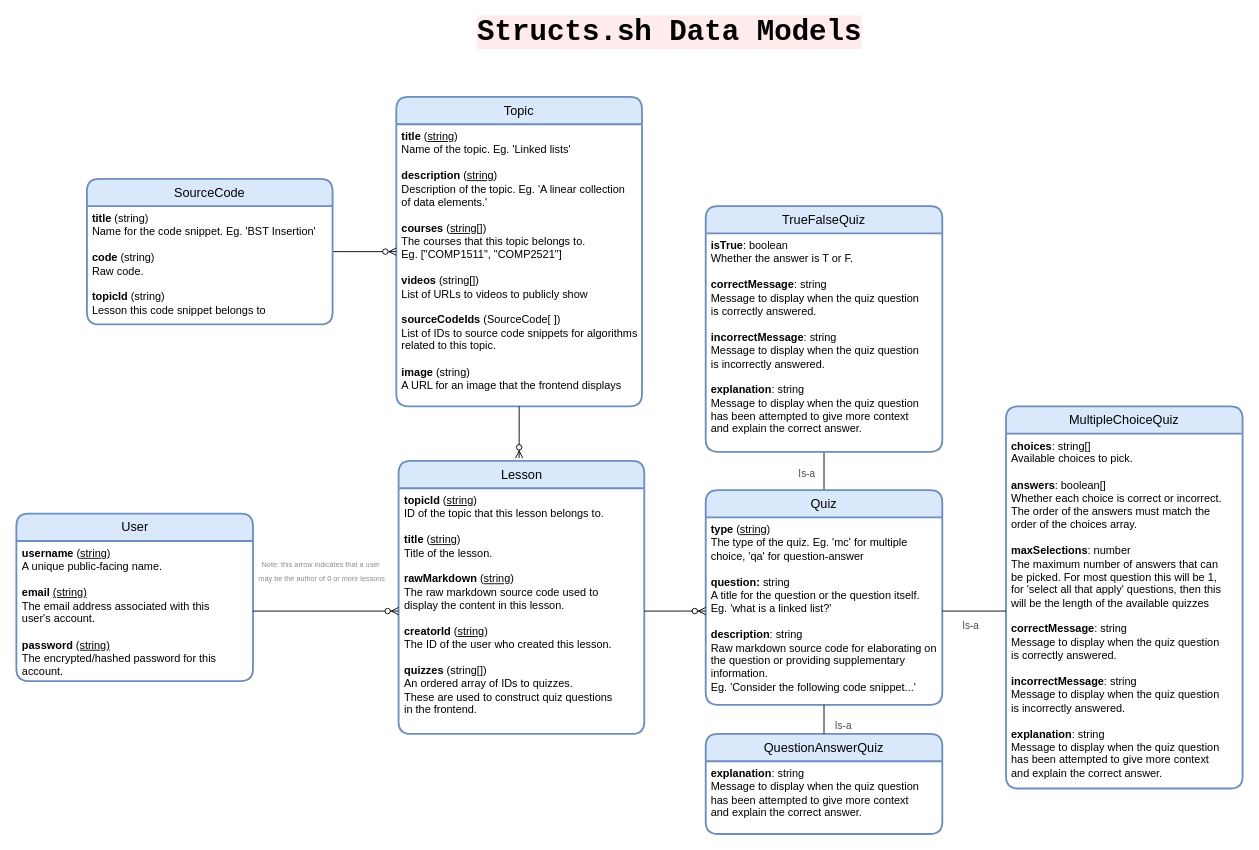
This is structs-datamodels.drawio from devsoc-unsw/structs.sh, a draw.io file, before an edit. Source tidied: cells renumbered, new cells numbered last; positions are measured from the earlier drawing's top-left corner, leaving out a move shared by most shapes. Both pictures are drawn from the tidied source at 91%, with x=0, y=0 at pixel (15, 24).
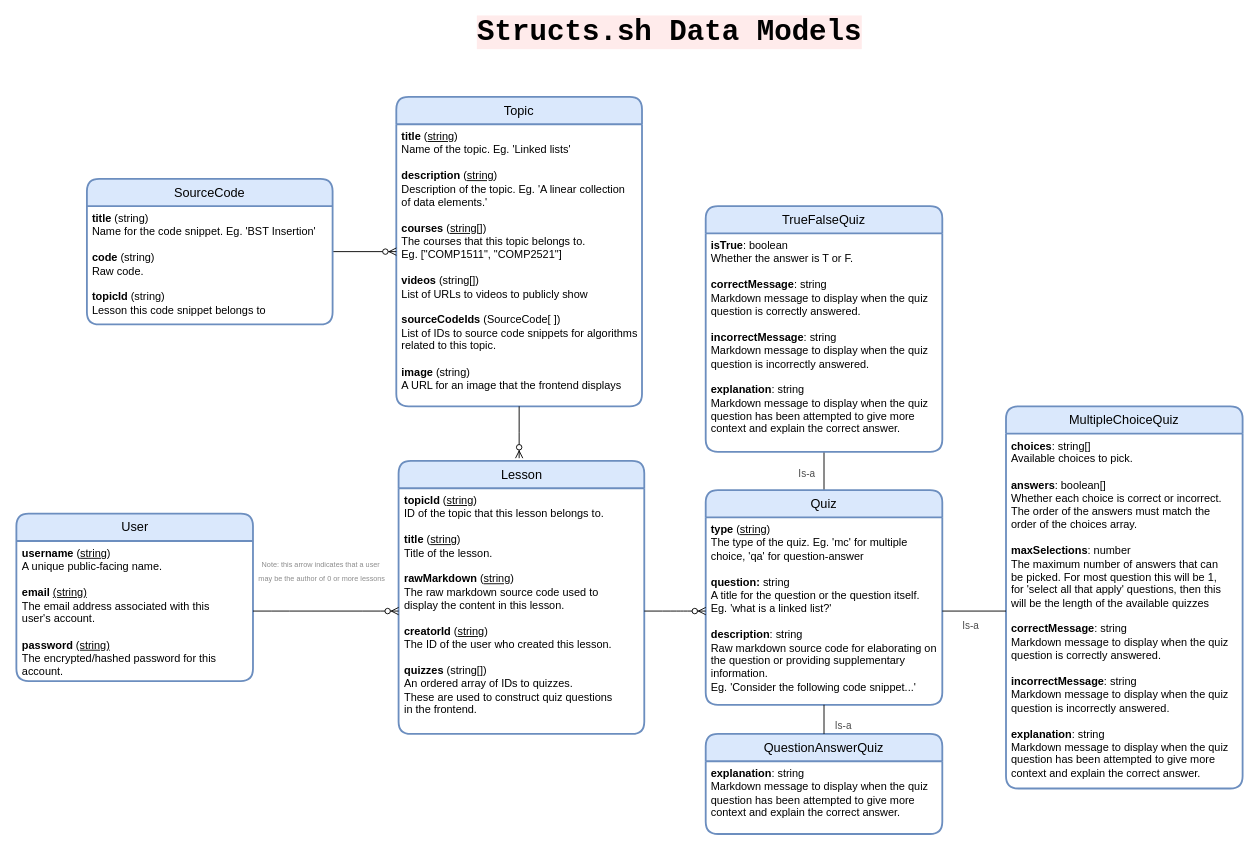
After the change.

The change refers to these unchanged cells:
```xml
<mxCell id="20" value="MultipleChoiceQuiz" style="swimlane;horizontal=1;startSize=30;rounded=1;fontSize=14;fontStyle=0;strokeWidth=2;shadow=0;dashed=0;align=center;fontFamily=Helvetica;fillColor=#dae8fc;strokeColor=#6c8ebf;whiteSpace=wrap;" parent="1" vertex="1">
  <mxGeometry x="1088" y="420" width="260" height="420" as="geometry" />
</mxCell>
<mxCell id="22" value="TrueFalseQuiz" style="swimlane;horizontal=1;startSize=30;rounded=1;fontSize=14;fontStyle=0;strokeWidth=2;shadow=0;dashed=0;align=center;fontFamily=Helvetica;fillColor=#dae8fc;strokeColor=#6c8ebf;whiteSpace=wrap;" parent="1" vertex="1">
  <mxGeometry x="758" y="200" width="260" height="270" as="geometry" />
</mxCell>
<mxCell id="24" value="QuestionAnswerQuiz" style="swimlane;horizontal=1;startSize=30;rounded=1;fontSize=14;fontStyle=0;strokeWidth=2;shadow=0;dashed=0;align=center;fontFamily=Helvetica;fillColor=#dae8fc;strokeColor=#6c8ebf;whiteSpace=wrap;" parent="1" vertex="1">
  <mxGeometry x="758" y="780" width="260" height="110" as="geometry" />
</mxCell>
```

Diff of the diagram source:
```diff
@@
-    <mxCell id="21" value="&lt;b&gt;choices&lt;/b&gt;: string[]&lt;br&gt;Available choices to pick.&lt;br&gt;&lt;br&gt;&lt;b&gt;answers&lt;/b&gt;: boolean[]&lt;br&gt;Whether each choice is correct or incorrect.&lt;br&gt;The order of the answers must match the&lt;br&gt;order of the choices array.&lt;br&gt;&lt;br&gt;&lt;b&gt;maxSelections&lt;/b&gt;: number&lt;br&gt;The maximum number of answers that can &lt;br&gt;be picked. For most question this will be 1,&lt;br&gt;for 'select all that apply' questions, then this&lt;br&gt;will be the length of the available quizzes&lt;br&gt;&lt;br&gt;&lt;b&gt;correctMessage&lt;/b&gt;: string&lt;br&gt;Message to display when the quiz question&lt;br&gt;is correctly answered.&lt;br&gt;&lt;br&gt;&lt;b&gt;incorrectMessage&lt;/b&gt;: string&lt;br&gt;Message to display when the quiz question&lt;br&gt;is incorrectly answered.&lt;br&gt;&lt;br&gt;&lt;b&gt;explanation&lt;/b&gt;: string&lt;br&gt;Message to display when the quiz question&lt;br&gt;has been attempted to give more context&lt;br&gt;and explain the correct answer." style="align=left;strokeColor=none;fillColor=none;spacingLeft=4;fontSize=12;verticalAlign=top;fontStyle=0;html=1;" parent="20" vertex="1">
+    <mxCell id="21" value="&lt;b&gt;choices&lt;/b&gt;: string[]&lt;br&gt;Available choices to pick.&lt;br&gt;&lt;br&gt;&lt;b&gt;answers&lt;/b&gt;: boolean[]&lt;br&gt;Whether each choice is correct or incorrect.&lt;br&gt;The order of the answers must match the&lt;br&gt;order of the choices array.&lt;br&gt;&lt;br&gt;&lt;b&gt;maxSelections&lt;/b&gt;: number&lt;br&gt;The maximum number of answers that can &lt;br&gt;be picked. For most question this will be 1,&lt;br&gt;for 'select all that apply' questions, then this&lt;br&gt;will be the length of the available quizzes&lt;br&gt;&lt;br&gt;&lt;b&gt;correctMessage&lt;/b&gt;: string&lt;br&gt;Markdown message to display when the quiz &lt;br&gt;question is correctly answered.&lt;br&gt;&lt;br&gt;&lt;b&gt;incorrectMessage&lt;/b&gt;: string&lt;br&gt;Markdown message to display when the quiz&lt;br&gt;question&amp;nbsp;is incorrectly answered.&lt;br&gt;&lt;br&gt;&lt;b&gt;explanation&lt;/b&gt;: string&lt;br&gt;Markdown message to display when the quiz&lt;br&gt;question has been attempted to give more&lt;br&gt;context and explain the correct answer." style="align=left;strokeColor=none;fillColor=none;spacingLeft=4;fontSize=12;verticalAlign=top;fontStyle=0;html=1;" parent="20" vertex="1">
       <mxGeometry y="30" width="260" height="390" as="geometry" />
     </mxCell>
@@
-    <mxCell id="23" value="&lt;b&gt;isTrue&lt;/b&gt;: boolean&lt;br&gt;Whether the answer is T or F.&lt;br&gt;&lt;br&gt;&lt;b&gt;correctMessage&lt;/b&gt;: string&lt;br&gt;Message to display when the quiz question&lt;br&gt;is correctly answered.&lt;br&gt;&lt;br&gt;&lt;b&gt;incorrectMessage&lt;/b&gt;: string&lt;br&gt;Message to display when the quiz question&lt;br&gt;is incorrectly answered.&lt;br&gt;&lt;br&gt;&lt;b&gt;explanation&lt;/b&gt;: string&lt;br&gt;Message to display when the quiz question&lt;br&gt;has been attempted to give more context&lt;br&gt;and explain the correct answer." style="align=left;strokeColor=none;fillColor=none;spacingLeft=4;fontSize=12;verticalAlign=top;fontStyle=0;html=1;" parent="22" vertex="1">
+    <mxCell id="23" value="&lt;b&gt;isTrue&lt;/b&gt;: boolean&lt;br&gt;Whether the answer is T or F.&lt;br&gt;&lt;br&gt;&lt;b&gt;correctMessage&lt;/b&gt;: string&lt;br&gt;Markdown message to display when the quiz&lt;br&gt;question&amp;nbsp;is correctly answered.&lt;br&gt;&lt;b&gt;&lt;br&gt;incorrectMessage&lt;/b&gt;: string&lt;br&gt;Markdown message to display when the quiz&lt;br&gt;question&amp;nbsp;is incorrectly answered.&lt;br&gt;&lt;b&gt;&lt;br&gt;explanation&lt;/b&gt;: string&lt;br&gt;Markdown message to display when the quiz&lt;br&gt;question has been attempted to give more&lt;br&gt;context and explain the correct answer." style="align=left;strokeColor=none;fillColor=none;spacingLeft=4;fontSize=12;verticalAlign=top;fontStyle=0;html=1;" parent="22" vertex="1">
       <mxGeometry y="30" width="260" height="240" as="geometry" />
     </mxCell>
@@
-    <mxCell id="25" value="&lt;b&gt;explanation&lt;/b&gt;: string&lt;br&gt;Message to display when the quiz question&lt;br&gt;has been attempted to give more context&lt;br&gt;and explain the correct answer." style="align=left;strokeColor=none;fillColor=none;spacingLeft=4;fontSize=12;verticalAlign=top;fontStyle=0;html=1;" parent="24" vertex="1">
+    <mxCell id="25" value="&lt;b&gt;explanation&lt;/b&gt;: string&lt;br&gt;Markdown message to display when the quiz &lt;br&gt;question has been attempted to give more &lt;br&gt;context and explain the correct answer." style="align=left;strokeColor=none;fillColor=none;spacingLeft=4;fontSize=12;verticalAlign=top;fontStyle=0;html=1;" parent="24" vertex="1">
       <mxGeometry y="30" width="260" height="80" as="geometry" />
     </mxCell>
```
